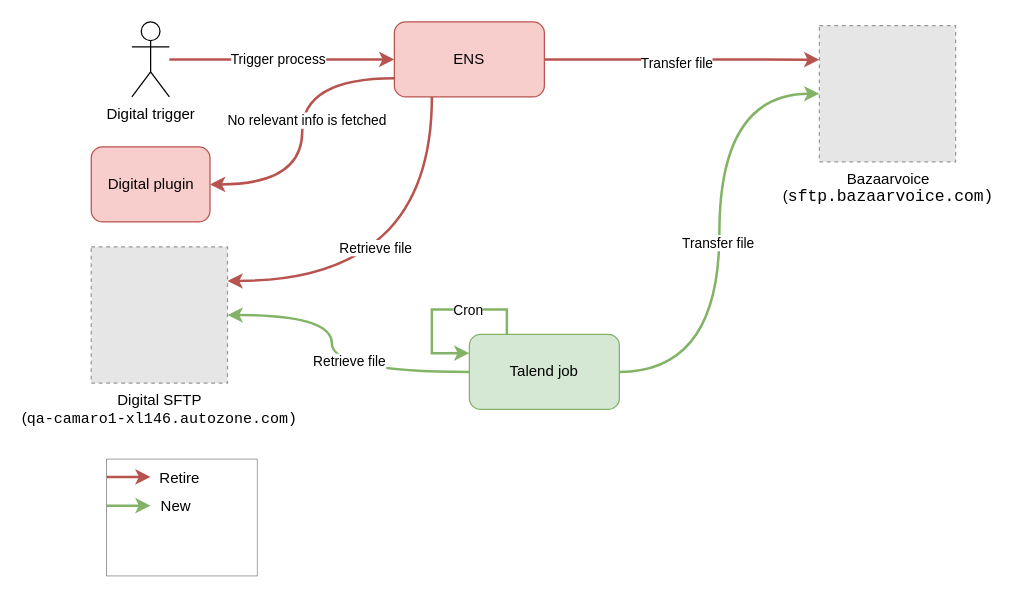
AarellanoH/draw_io keeps this draw.io diagram as drawings/Digital SFTP ENS Events.drawio. Above is the earlier version. Source tidied: cells renumbered, new cells numbered last; positions are measured from the earlier drawing's top-left corner, leaving out a move shared by most shapes. Both pictures are drawn from the tidied source at 125%, with x=0, y=0 at pixel (91, 21). Pictures stored in the file or linked from it are replaced by grey dashed boxes.
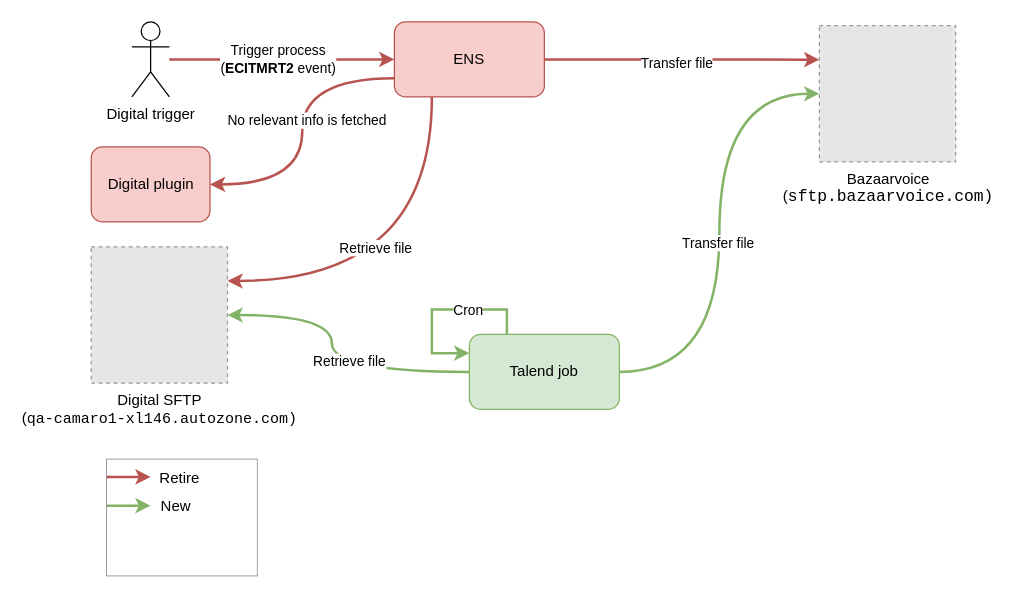
The same page after the edit.

The change refers to these unchanged cells:
```xml
<mxCell id="9" style="edgeStyle=orthogonalEdgeStyle;rounded=0;jettySize=auto;html=1;strokeWidth=2;fillColor=#f8cecc;strokeColor=#b85450;" parent="1" edge="1" source="11" target="8">
  <mxGeometry relative="1" as="geometry" />
</mxCell>
```

What changed in the source:
```diff
@@
-    <mxCell id="10" value="Trigger process" style="edgeLabel;html=1;align=center;verticalAlign=middle;" parent="9" vertex="1">
+    <mxCell id="10" value="Trigger process&lt;div&gt;(&lt;b&gt;ECITMRT2&lt;/b&gt; event)&lt;/div&gt;" style="edgeLabel;html=1;align=center;verticalAlign=middle;" parent="9" vertex="1">
       <mxGeometry x="-0.04" y="1" relative="1" as="geometry" />
     </mxCell>
```
